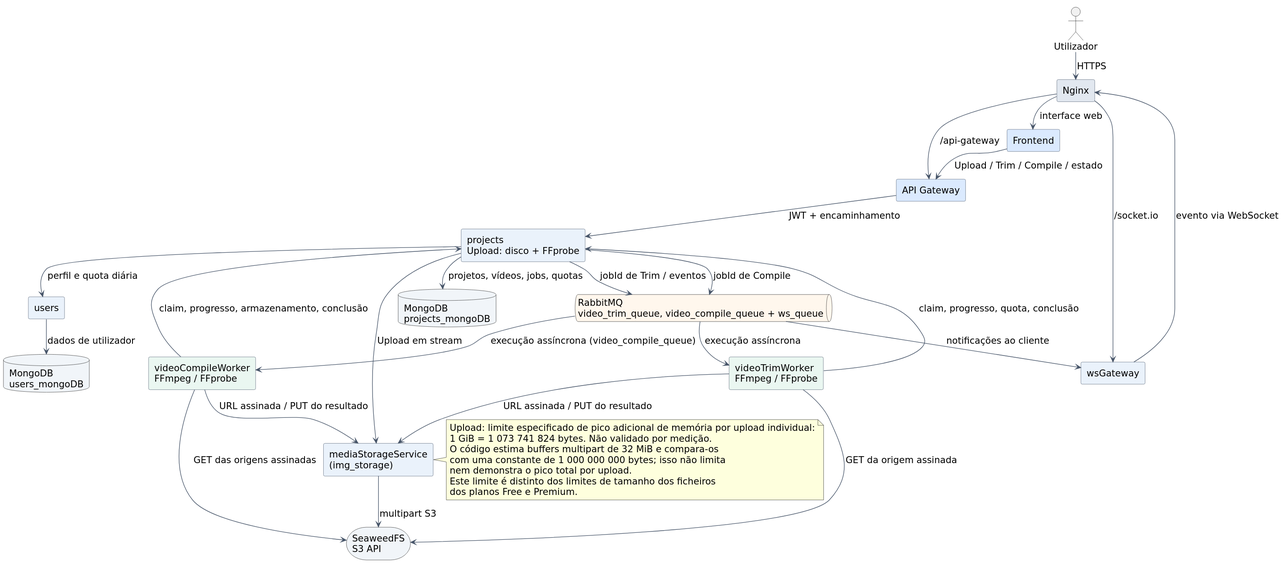
The PlantUML diagram fase1/report/images/picturas_arquitetura_video.svg in simaoaraujo27/picturas-27, before a commit.
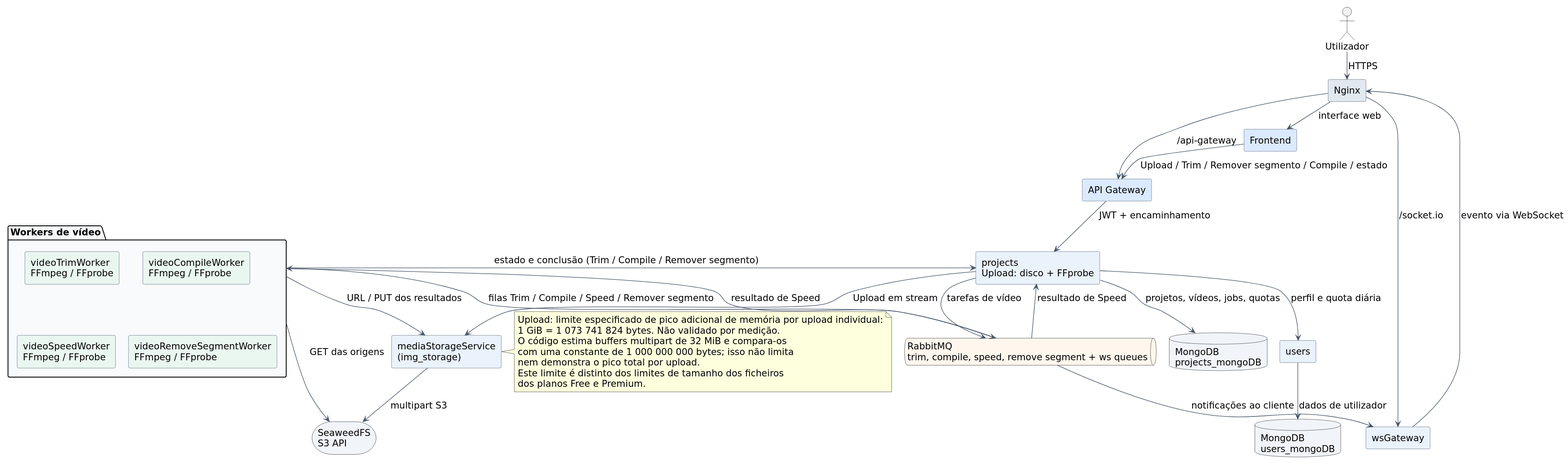
After the commit.

Diff of the diagram source:
```diff
@@ -21,11 +21,18 @@
 component "projects\nUpload: disco + FFprobe" as Projects #EAF2FB
 component "users" as Users #EAF2FB
 component "mediaStorageService\n(img_storage)" as Media #EAF2FB
-component "videoTrimWorker\nFFmpeg / FFprobe" as Worker #EAF7F1
-component "videoCompileWorker\nFFmpeg / FFprobe" as CompileWorker #EAF7F1
+package "Workers de vídeo" as Workers #F8FAFC {
+  component "videoTrimWorker\nFFmpeg / FFprobe" as Worker #EAF7F1
+  component "videoCompileWorker\nFFmpeg / FFprobe" as CompileWorker #EAF7F1
+  component "videoSpeedWorker\nFFmpeg / FFprobe" as SpeedWorker #EAF7F1
+  component "videoRemoveSegmentWorker\nFFmpeg / FFprobe" as RemoveWorker #EAF7F1
+  Worker -[hidden]right- CompileWorker
+  Worker -[hidden]down- SpeedWorker
+  CompileWorker -[hidden]down- RemoveWorker
+}
 component "wsGateway" as WS #EAF2FB
 
-queue "RabbitMQ\nvideo_trim_queue, video_compile_queue + ws_queue" as Rabbit #FFF7ED
+queue "RabbitMQ\ntrim, compile, speed, remove segment + ws queues" as Rabbit #FFF7ED
 database "MongoDB\nprojects_mongoDB" as ProjectDB #F1F5F9
 database "MongoDB\nusers_mongoDB" as UserDB #F1F5F9
 storage "SeaweedFS\nS3 API" as Seaweed #F1F5F9
@@ -34,26 +41,23 @@
 Nginx --> FE : interface web
 Nginx --> GW : /api-gateway
 Nginx --> WS : /socket.io
-FE --> GW : Upload / Trim / Compile / estado
+FE --> GW : Upload / Trim / Remover segmento / Compile / estado
 GW --> Projects : JWT + encaminhamento
 Projects --> Users : perfil e quota diária
 Users --> UserDB : dados de utilizador
 Projects --> ProjectDB : projetos, vídeos, jobs, quotas
 Projects --> Media : Upload em stream
 Media --> Seaweed : multipart S3
-Projects --> Rabbit : jobId de Trim / eventos
-Rabbit --> Worker : execução assíncrona
-Worker --> Projects : claim, progresso, quota, conclusão
-Worker --> Media : URL assinada / PUT do resultado
-Worker --> Seaweed : GET da origem assinada
+Projects --> Rabbit : tarefas de vídeo
+Rabbit --> Workers : filas Trim / Compile / Speed / Remover segmento
+Workers --> Projects : estado e conclusão (Trim / Compile / Remover segmento)
+Workers --> Media : URL / PUT dos resultados
+Workers --> Seaweed : GET das origens
 Rabbit --> WS : notificações ao cliente
 WS --> Nginx : evento via WebSocket
 
-Projects --> Rabbit : jobId de Compile
-Rabbit --> CompileWorker : execução assíncrona (video_compile_queue)
-CompileWorker --> Projects : claim, progresso, armazenamento, conclusão
-CompileWorker --> Media : URL assinada / PUT do resultado
-CompileWorker --> Seaweed : GET das origens assinadas
+Workers --> Rabbit : resultado de Speed
+Rabbit --> Projects : resultado de Speed
 
 note right of Media
   Upload: limite especificado de pico adicional de memória por upload individual:
```
